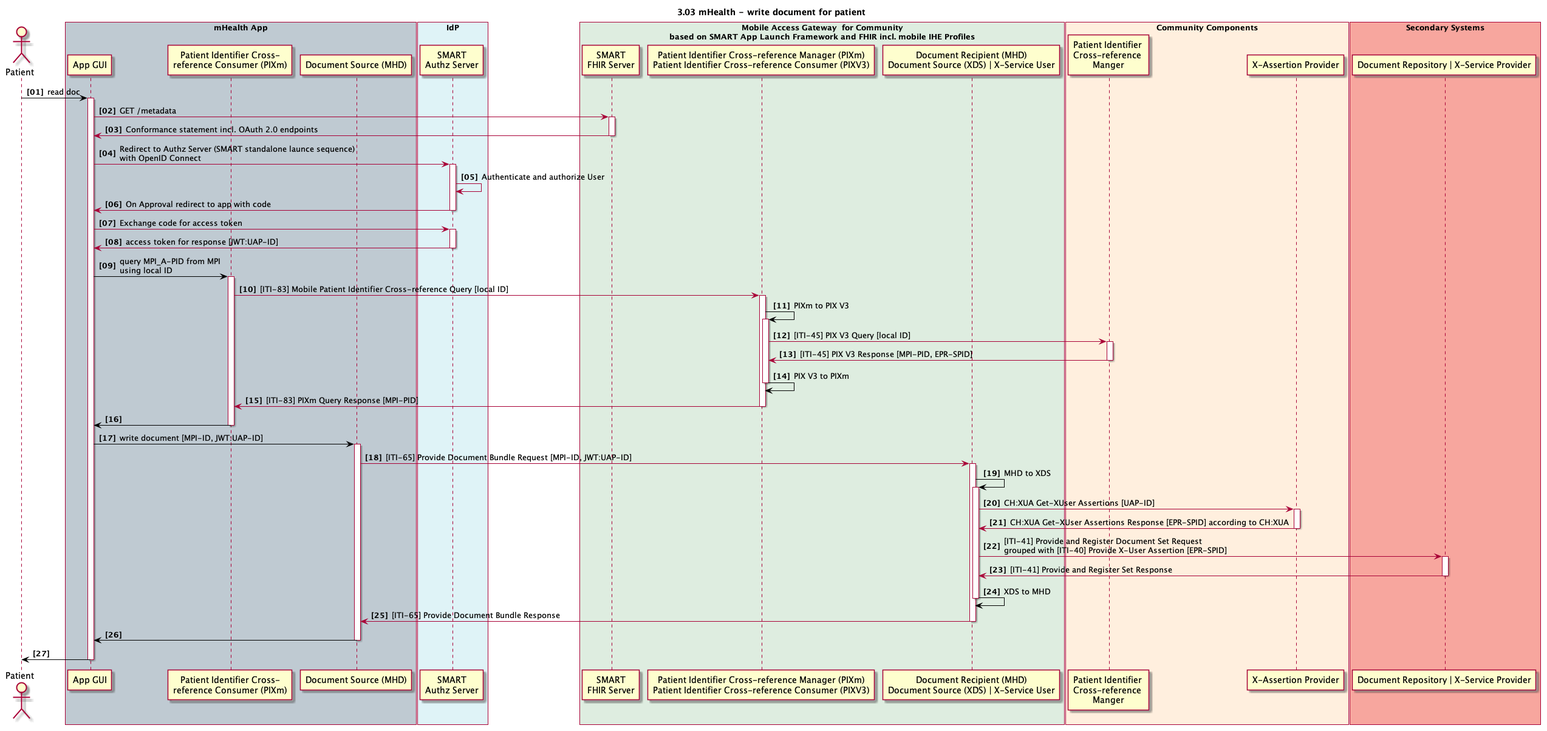
This is 3_03_mhealthwrite.plantuml.png from ahdis/ch-epr-seqdiag, a PlantUML export, as it was before one commit.
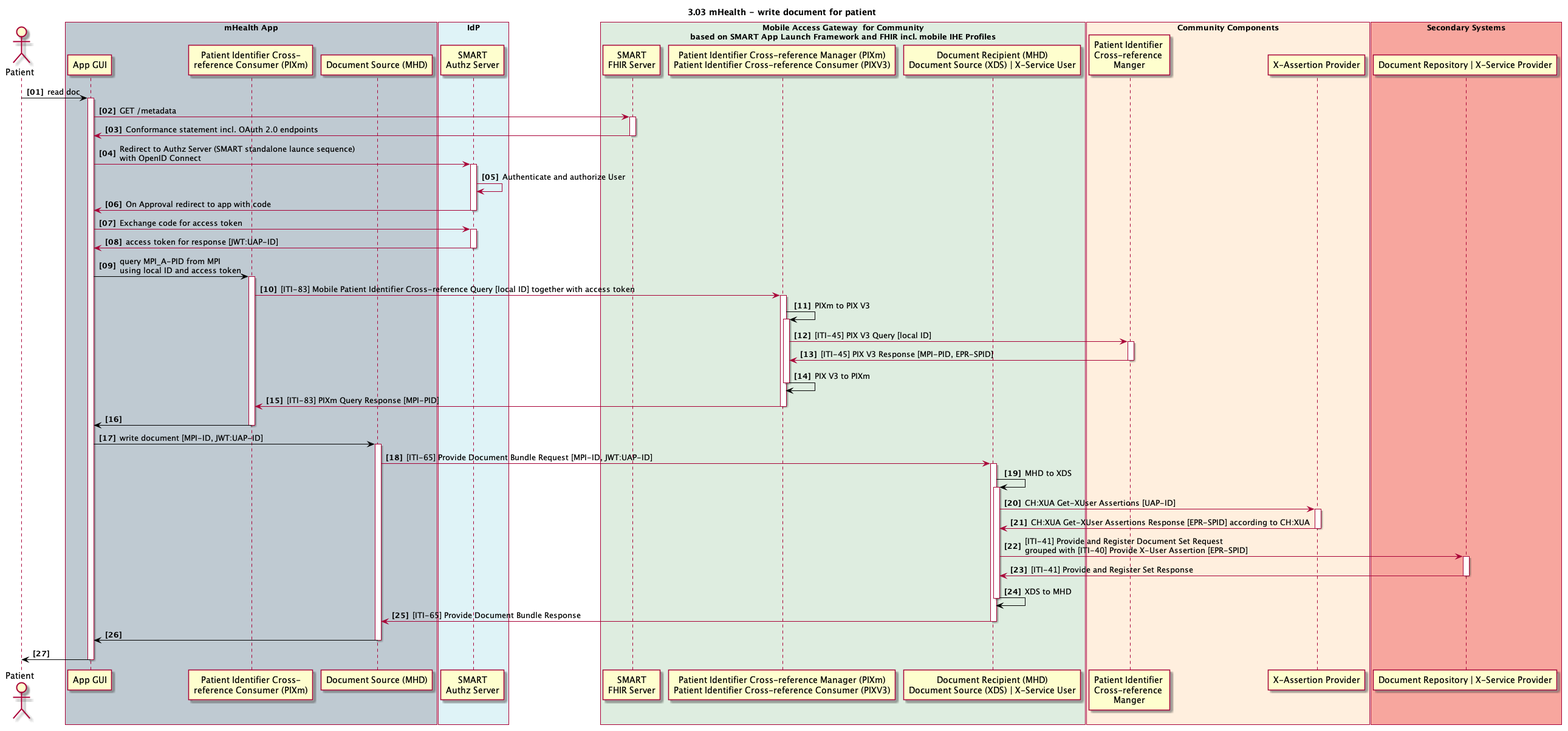
The same diagram one commit later.

The edit, as a diff of the source:
```diff
@@ -50,9 +50,9 @@
 deactivate idp_user_authentication_provider
 
 
-app -[#black]> pixmconsumer: query MPI_A-PID from MPI\nusing local ID
+app -[#black]> pixmconsumer: query MPI_A-PID from MPI\nusing local ID and access token
 activate pixmconsumer
-pixmconsumer -> mp_pix_x_ref_mgr: [ITI-83] Mobile Patient Identifier Cross-reference Query [local ID]
+pixmconsumer -> mp_pix_x_ref_mgr: [ITI-83] Mobile Patient Identifier Cross-reference Query [local ID] together with access token
 activate mp_pix_x_ref_mgr
 mp_pix_x_ref_mgr -[#black]> mp_pix_x_ref_mgr: PIXm to PIX V3
 activate mp_pix_x_ref_mgr
```
